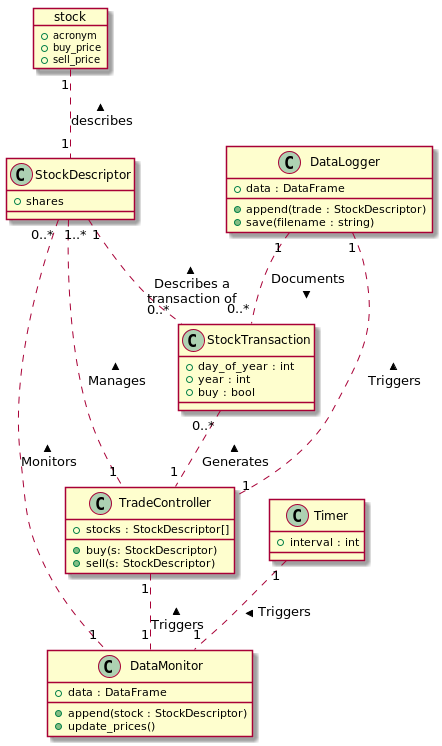
Above: Domain_Model_Diagram.png in aaron-jencks/alpaca_stock_tradebot (PlantUML), before the change.
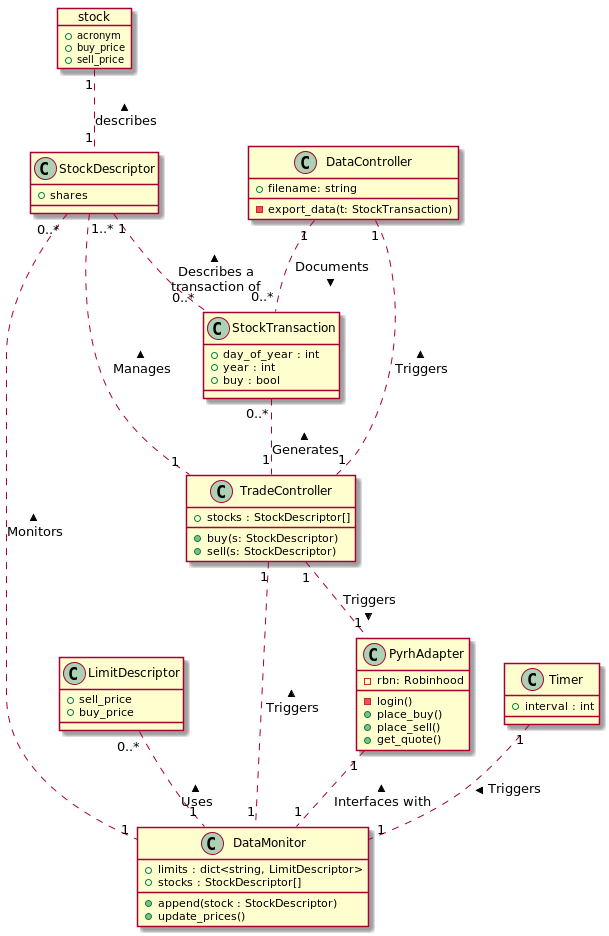
The same file after the commit.

Change to the diagram source:
```diff
@@ -10,6 +10,11 @@
     + shares
 }
 
+class LimitDescriptor {
+    + sell_price
+    + buy_price
+}
+
 stock "1" .. "1" StockDescriptor : < describes
 
 class TradeController {
@@ -20,14 +25,27 @@
 
 StockDescriptor "1..*" .. "1" TradeController : < Manages
 
+class PyrhAdapter {
+    - rbn: Robinhood
+    - login()
+    + place_buy()
+    + place_sell()
+    + get_quote()
+}
+
+TradeController "1" .. "1" PyrhAdapter : > Triggers
+
 class DataMonitor {
-    + data : DataFrame
+    + limits : dict<string, LimitDescriptor>
+    + stocks : StockDescriptor[]
     + append(stock : StockDescriptor)
     + update_prices()
 }
 
 TradeController "1" .. "1" DataMonitor : < Triggers
 StockDescriptor "0..*" .. "1" DataMonitor : < Monitors
+LimitDescriptor "0..*" .. "1" DataMonitor : < Uses
+PyrhAdapter "1" .. "1" DataMonitor : < Interfaces with
 
 class Timer {
     + interval : int
@@ -45,13 +63,12 @@
 
 StockTransaction "0..*" .. "1" TradeController : < Generates
 
-class DataLogger {
-    + data : DataFrame
-    + append(trade : StockDescriptor)
-    + save(filename : string)
+class DataController {
+    + filename: string
+    - export_data(t: StockTransaction)
 }
 
-DataLogger "1" .. "1" TradeController : < Triggers
-DataLogger "1" .. "0..*" StockTransaction : > Documents
+DataController "1" .. "1" TradeController : < Triggers
+DataController "1" .. "0..*" StockTransaction : > Documents
 
 @enduml
```
